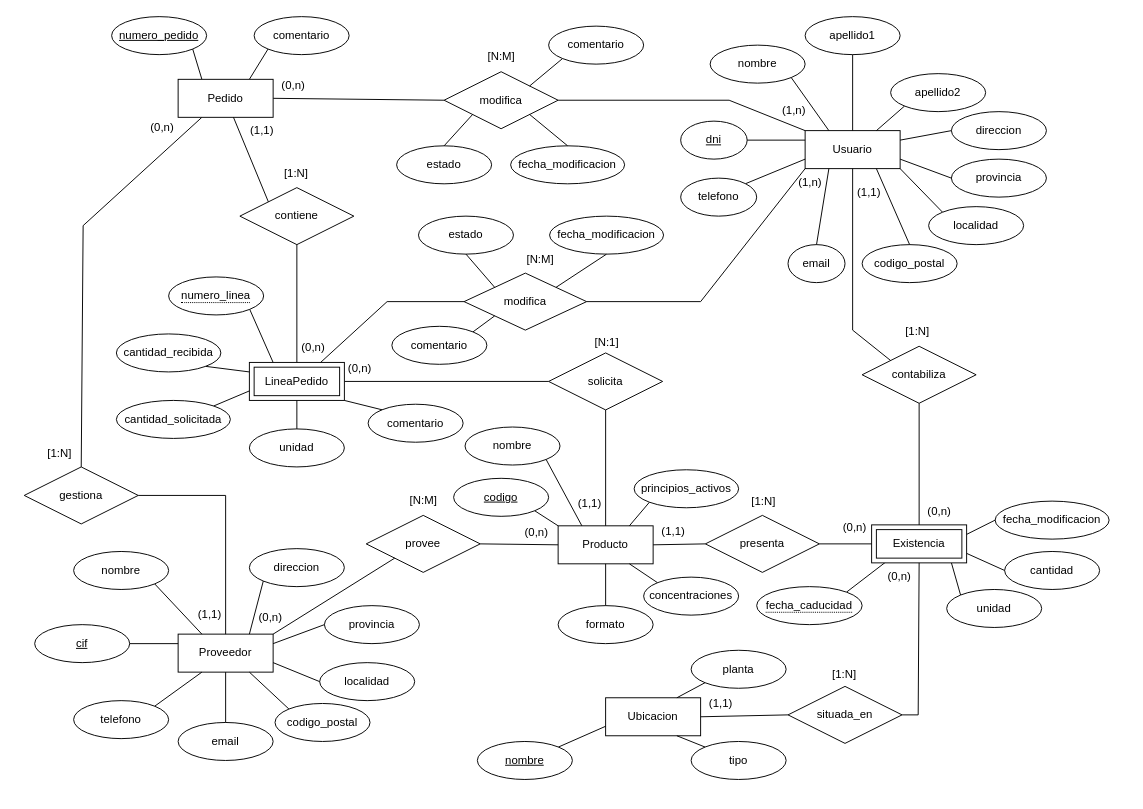
Earlier version of the draw.io diagram DiagramaER_sin_ids.drawio (mariopr25/AlmacenMedicamentosER). Source tidied: cells renumbered, new cells numbered last; positions are measured from the earlier drawing's top-left corner, leaving out a move shared by most shapes. Both pictures are drawn from the tidied source at 95%, with x=0, y=0 at pixel (16, 16).
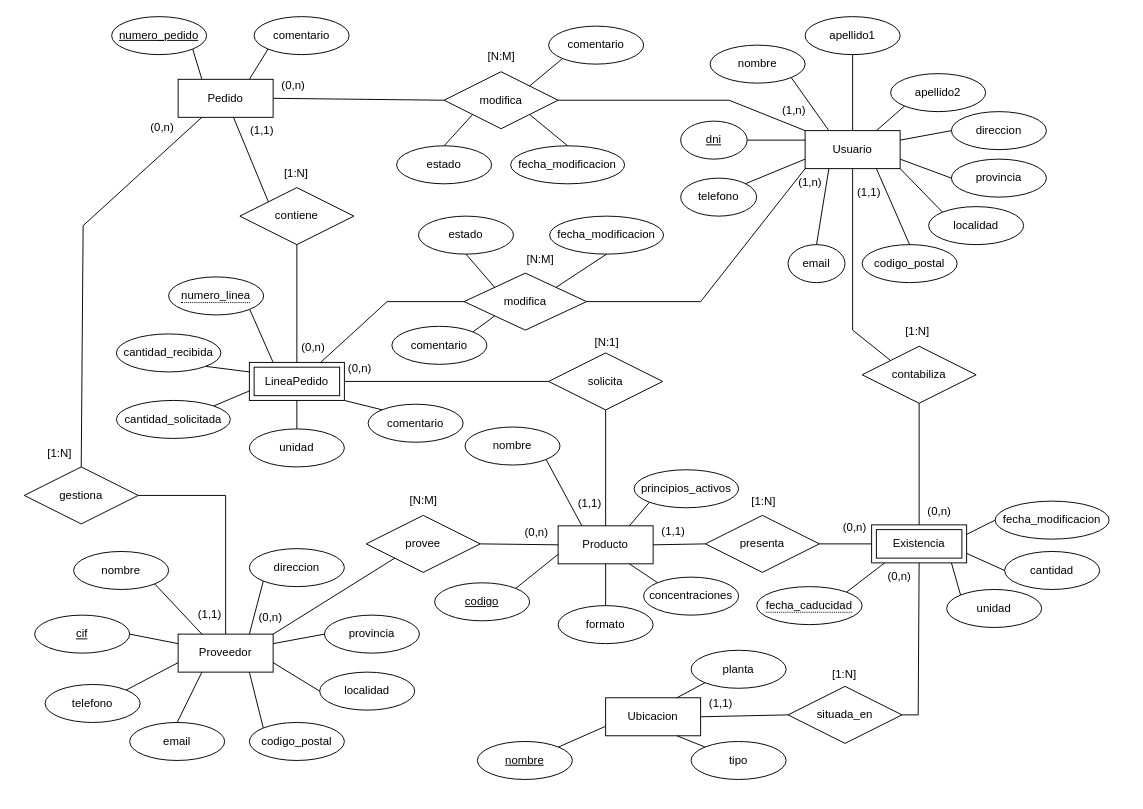
The same page after the edit.

Unchanged cells that the change refers to:
```xml
<mxCell id="2" style="group;" parent="1" vertex="1">
  <mxGeometry y="580" width="440" height="210" as="geometry" />
</mxCell>
<mxCell id="3" value="Proveedor" style="whiteSpace=wrap;html=1;align=center;" parent="2" vertex="1">
  <mxGeometry x="170" y="70" width="100" height="40" as="geometry" />
</mxCell>
<mxCell id="48" style="group;" parent="1" vertex="1">
  <mxGeometry x="410" y="474" width="360" height="162" as="geometry" />
</mxCell>
<mxCell id="49" value="Producto" style="whiteSpace=wrap;html=1;align=center;" parent="48" vertex="1">
  <mxGeometry x="160" y="62" width="100" height="40" as="geometry" />
</mxCell>
<mxCell id="96" style="group;" parent="1" vertex="1">
  <mxGeometry x="105" y="284" width="480" height="230" as="geometry" />
</mxCell>
```

The edit, as a diff of the source:
```diff
@@
     <mxCell id="4" value="cif" style="ellipse;whiteSpace=wrap;html=1;align=center;fontStyle=4;" parent="2" vertex="1">
-      <mxGeometry x="19" y="60" width="100" height="40" as="geometry" />
+      <mxGeometry x="19" y="50" width="100" height="40" as="geometry" />
     </mxCell>
@@
     <mxCell id="6" value="provincia" style="ellipse;whiteSpace=wrap;html=1;align=center;" parent="2" vertex="1">
-      <mxGeometry x="324" y="40" width="100" height="40" as="geometry" />
+      <mxGeometry x="324" y="50" width="100" height="40" as="geometry" />
     </mxCell>
     <mxCell id="7" value="localidad" style="ellipse;whiteSpace=wrap;html=1;align=center;" parent="2" vertex="1">
-      <mxGeometry x="319" y="100" width="100" height="40" as="geometry" />
+      <mxGeometry x="319" y="110" width="100" height="40" as="geometry" />
     </mxCell>
     <mxCell id="8" value="codigo_postal" style="ellipse;whiteSpace=wrap;html=1;align=center;" parent="2" vertex="1">
-      <mxGeometry x="272" y="143" width="100" height="40" as="geometry" />
+      <mxGeometry x="245" y="163" width="100" height="40" as="geometry" />
     </mxCell>
     <mxCell id="9" value="email" style="ellipse;whiteSpace=wrap;html=1;align=center;" parent="2" vertex="1">
-      <mxGeometry x="170" y="163" width="100" height="40" as="geometry" />
+      <mxGeometry x="119" y="163" width="100" height="40" as="geometry" />
     </mxCell>
     <mxCell id="10" value="telefono" style="ellipse;whiteSpace=wrap;html=1;align=center;" parent="2" vertex="1">
-      <mxGeometry x="60" y="140" width="100" height="40" as="geometry" />
+      <mxGeometry x="30" y="123" width="100" height="40" as="geometry" />
     </mxCell>
@@
-    <mxCell id="14" style="endArrow=none;html=1;rounded=0;exitX=1;exitY=0;exitDx=0;exitDy=0;entryX=0.25;entryY=1;entryDx=0;entryDy=0;" parent="2" edge="1" source="10" target="3">
+    <mxCell id="14" style="endArrow=none;html=1;rounded=0;exitX=1;exitY=0;exitDx=0;exitDy=0;entryX=0;entryY=0.75;entryDx=0;entryDy=0;" parent="2" edge="1" source="10" target="3">
       <mxGeometry relative="1" as="geometry" />
     </mxCell>
@@
-    <mxCell id="17" style="endArrow=none;html=1;rounded=0;exitX=0.5;exitY=0;exitDx=0;exitDy=0;entryX=0.5;entryY=1;entryDx=0;entryDy=0;" parent="2" edge="1" source="9" target="3">
+    <mxCell id="17" style="endArrow=none;html=1;rounded=0;exitX=0.5;exitY=0;exitDx=0;exitDy=0;entryX=0.25;entryY=1;entryDx=0;entryDy=0;" parent="2" edge="1" source="9" target="3">
       <mxGeometry relative="1" as="geometry" />
     </mxCell>
@@
+    <mxCell id="109" value="codigo" style="ellipse;whiteSpace=wrap;html=1;align=center;fontStyle=4;" parent="48" vertex="1">
+      <mxGeometry x="30" y="122" width="100" height="40" as="geometry" />
+    </mxCell>
+    <mxCell id="128" style="endArrow=none;html=1;rounded=0;entryX=0;entryY=0.75;entryDx=0;entryDy=0;exitX=1;exitY=0;exitDx=0;exitDy=0;" parent="48" edge="1" source="109" target="49">
+      <mxGeometry relative="1" as="geometry" />
+    </mxCell>
@@
-    <mxCell id="109" value="codigo" style="ellipse;whiteSpace=wrap;html=1;align=center;fontStyle=4;" parent="96" vertex="1">
-      <mxGeometry x="355" y="202" width="100" height="40" as="geometry" />
-    </mxCell>
@@
-    <mxCell id="128" style="endArrow=none;html=1;rounded=0;entryX=0;entryY=0;entryDx=0;entryDy=0;exitX=1;exitY=1;exitDx=0;exitDy=0;" parent="1" edge="1" source="109" target="49">
-      <mxGeometry relative="1" as="geometry" />
-    </mxCell>
```
